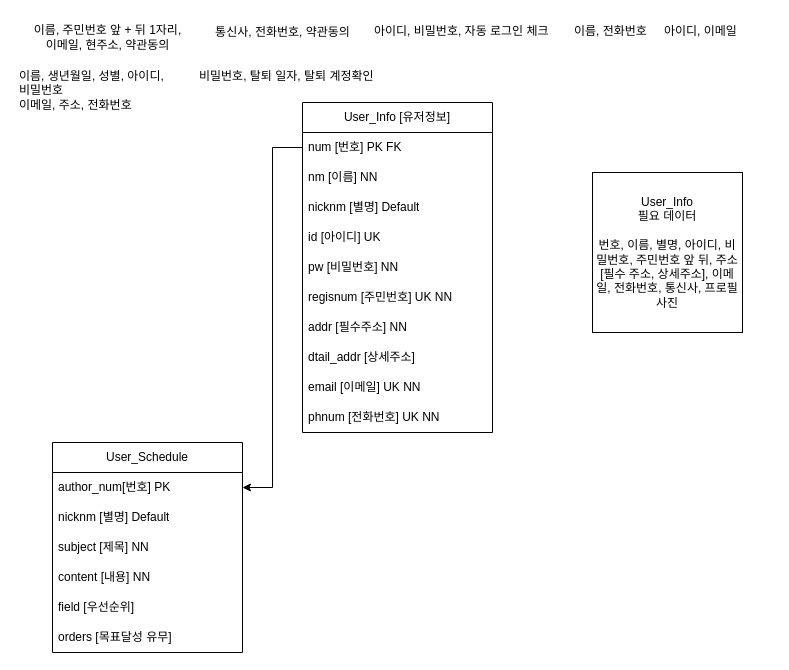
Above: portfolio/To-do List ERD.drawio in D-o-H-w-a/SelfStudy (draw.io), before the change. Source tidied: cells renumbered, new cells numbered last; positions are measured from the earlier drawing's top-left corner, leaving out a move shared by most shapes. Both pictures are drawn from the tidied source at 100%, with x=0, y=0 at pixel (17, 17).
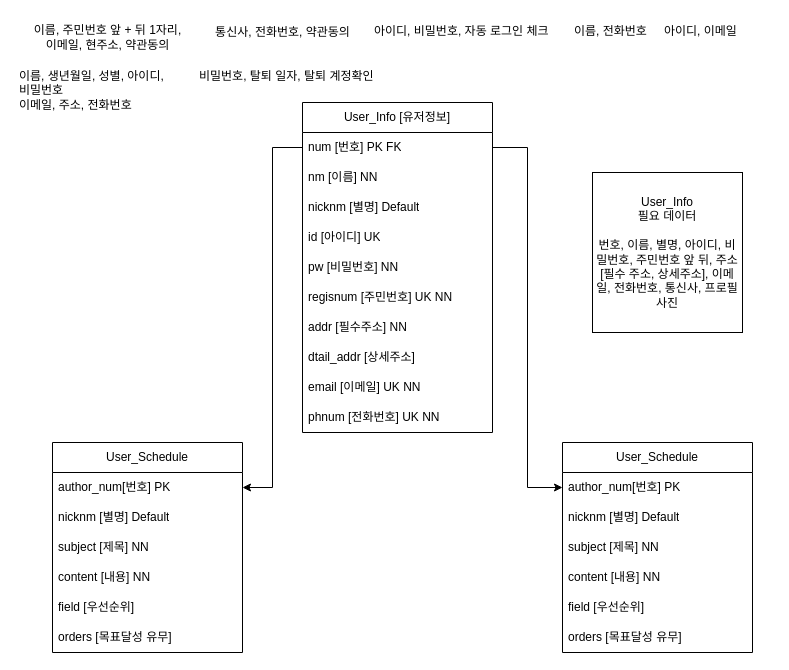
Above is the later version.

Commit message:
ERD 유저 회원탈퇴 데이터 추가

ERD 유저 회원탈퇴 데이터 추가 중도 저장

The change refers to these unchanged cells:
```xml
<mxCell id="3" value="num [번호] PK FK" style="text;strokeColor=none;fillColor=none;align=left;verticalAlign=middle;spacingLeft=4;spacingRight=4;overflow=hidden;points=[[0,0.5],[1,0.5]];portConstraint=eastwest;whiteSpace=wrap;html=1;" parent="2" vertex="1">
  <mxGeometry y="30" width="190" height="30" as="geometry" />
</mxCell>
```

The edit, as a diff of the source:
```diff
@@
+    <mxCell id="29" value="User_Schedule" style="swimlane;fontStyle=0;horizontal=1;startSize=30;whiteSpace=wrap;html=1;" parent="1" vertex="1">
+      <mxGeometry x="545" y="425" width="190" height="210" as="geometry" />
+    </mxCell>
+    <mxCell id="30" value="author_num[번호] PK" style="text;strokeColor=none;fillColor=none;align=left;verticalAlign=middle;spacingLeft=4;spacingRight=4;overflow=hidden;points=[[0,0.5],[1,0.5]];portConstraint=eastwest;whiteSpace=wrap;html=1;" parent="29" vertex="1">
+      <mxGeometry y="30" width="190" height="30" as="geometry" />
+    </mxCell>
+    <mxCell id="31" value="nicknm [별명] Default" style="text;strokeColor=none;fillColor=none;align=left;verticalAlign=middle;spacingLeft=4;spacingRight=4;overflow=hidden;whiteSpace=wrap;html=1;" parent="29" vertex="1">
+      <mxGeometry y="60" width="190" height="30" as="geometry" />
+    </mxCell>
+    <mxCell id="32" value="subject [제목] NN" style="text;strokeColor=none;fillColor=none;align=left;verticalAlign=middle;spacingLeft=4;spacingRight=4;overflow=hidden;whiteSpace=wrap;html=1;" parent="29" vertex="1">
+      <mxGeometry y="90" width="190" height="30" as="geometry" />
+    </mxCell>
+    <mxCell id="33" value="content [내용] NN" style="text;strokeColor=none;fillColor=none;align=left;verticalAlign=middle;spacingLeft=4;spacingRight=4;overflow=hidden;whiteSpace=wrap;html=1;" parent="29" vertex="1">
+      <mxGeometry y="120" width="190" height="30" as="geometry" />
+    </mxCell>
+    <mxCell id="34" value="field [우선순위]" style="text;strokeColor=none;fillColor=none;align=left;verticalAlign=middle;spacingLeft=4;spacingRight=4;overflow=hidden;whiteSpace=wrap;html=1;" parent="29" vertex="1">
+      <mxGeometry y="150" width="190" height="30" as="geometry" />
+    </mxCell>
+    <mxCell id="35" value="orders [목표달성 유무]" style="text;strokeColor=none;fillColor=none;align=left;verticalAlign=middle;spacingLeft=4;spacingRight=4;overflow=hidden;whiteSpace=wrap;html=1;" parent="29" vertex="1">
+      <mxGeometry y="180" width="190" height="30" as="geometry" />
+    </mxCell>
+    <mxCell id="36" style="edgeStyle=orthogonalEdgeStyle;rounded=0;jettySize=auto;html=1;exitX=1;exitY=0.5;exitDx=0;exitDy=0;" parent="1" edge="1" source="3" target="30">
+      <mxGeometry relative="1" as="geometry" />
+    </mxCell>
```
